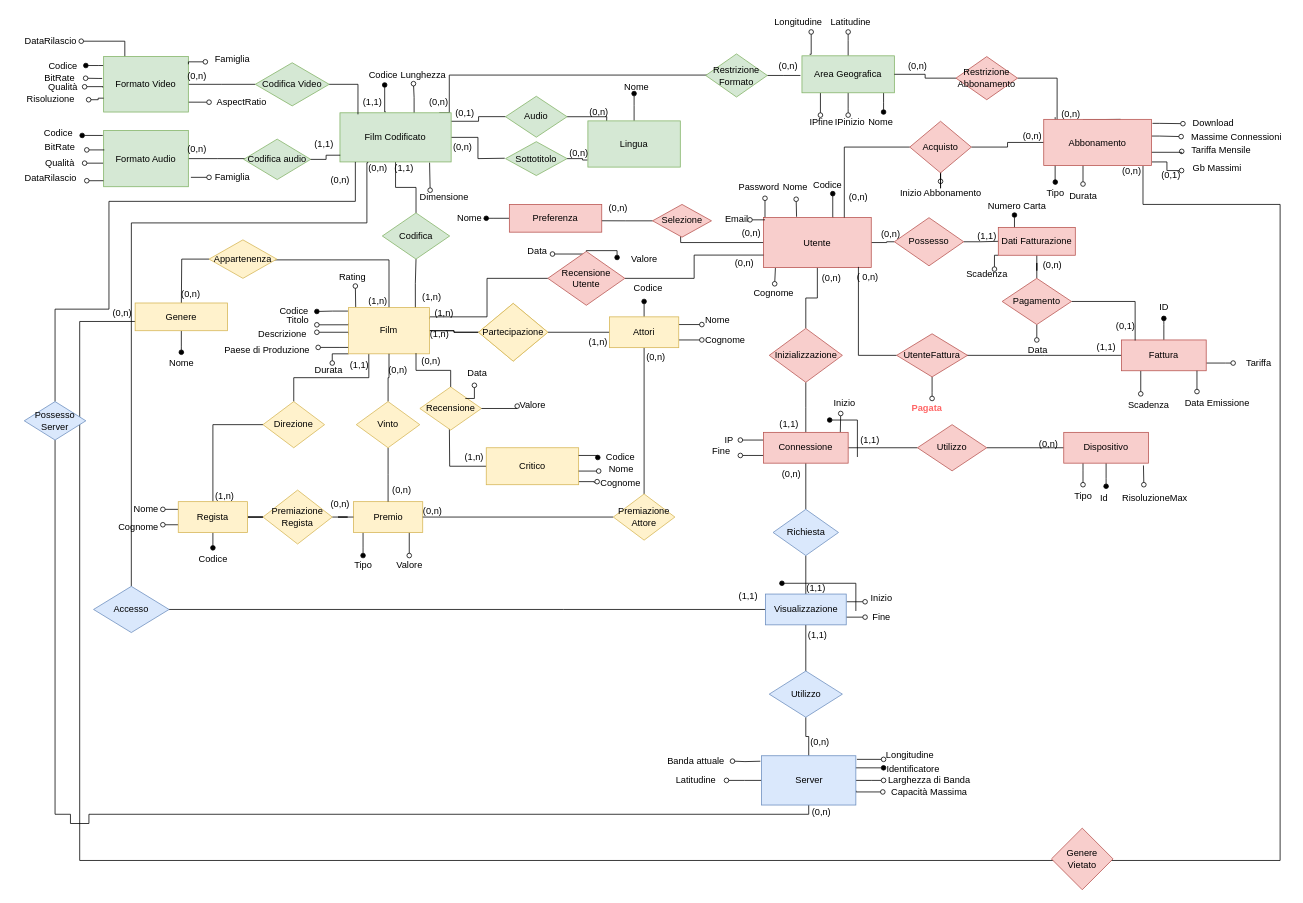
Above: ER ristrutturato final(2).drawio in LGranucci/FilmSphere (draw.io), before the change. Source tidied: cells renumbered, new cells numbered last; positions are measured from the earlier drawing's top-left corner, leaving out a move shared by most shapes. Both pictures are drawn from the tidied source at 77%, with x=0, y=0 at pixel (13, 13).
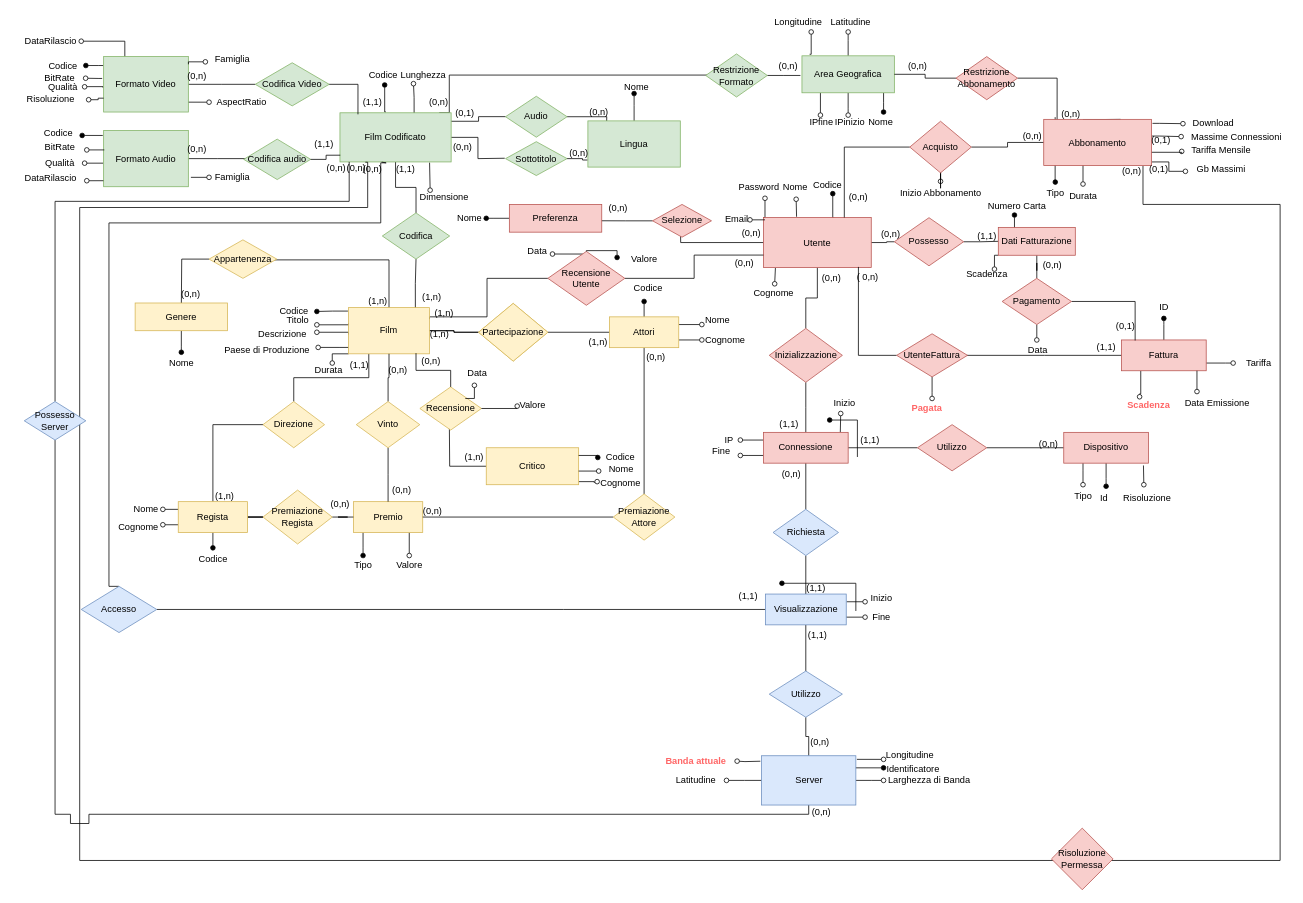
The same page after the edit.

The change refers to these unchanged cells:
```xml
<mxCell id="14" value="&lt;font style=&quot;font-size: 12px;&quot;&gt;Film&lt;/font&gt;" style="rounded=0;whiteSpace=wrap;html=1;fillColor=#fff2cc;strokeColor=#d6b656;" parent="1" vertex="1">
  <mxGeometry x="435.2" y="382" width="105" height="60" as="geometry" />
</mxCell>
<mxCell id="48" value="Film Codificato" style="rounded=0;whiteSpace=wrap;html=1;fillColor=#d5e8d4;strokeColor=#82b366;" parent="1" vertex="1">
  <mxGeometry x="424" y="129" width="144.4" height="63.8" as="geometry" />
</mxCell>
<mxCell id="129" value="Server" style="rounded=0;whiteSpace=wrap;html=1;fillColor=#dae8fc;strokeColor=#6c8ebf;" parent="1" vertex="1">
  <mxGeometry x="971.5" y="964" width="122.5" height="64" as="geometry" />
</mxCell>
<mxCell id="132" value="Possesso Server" style="rhombus;whiteSpace=wrap;html=1;fillColor=#dae8fc;strokeColor=#6c8ebf;" parent="1" vertex="1">
  <mxGeometry x="14" y="504" width="80" height="50" as="geometry" />
</mxCell>
```

Diff of the diagram source:
```diff
@@
-    <mxCell id="11" style="edgeStyle=orthogonalEdgeStyle;rounded=0;jettySize=auto;html=1;exitX=0.088;exitY=-0.011;exitDx=0;exitDy=0;exitPerimeter=0;endArrow=oval;endFill=0;" parent="1" edge="1" source="14">
-      <mxGeometry relative="1" as="geometry">
-        <mxPoint x="444" y="354" as="targetPoint" />
-      </mxGeometry>
-    </mxCell>
@@
-    <mxCell id="79" style="edgeStyle=orthogonalEdgeStyle;rounded=0;orthogonalLoop=1;jettySize=auto;html=1;entryX=0.25;entryY=1;entryDx=0;entryDy=0;exitX=0.928;exitY=1.009;exitDx=0;exitDy=0;exitPerimeter=0;" parent="1" edge="1">
+    <mxCell id="79" style="edgeStyle=orthogonalEdgeStyle;rounded=0;jettySize=auto;html=1;exitX=0.928;exitY=1.009;exitDx=0;exitDy=0;exitPerimeter=0;entryX=0.228;entryY=1.006;entryDx=0;entryDy=0;entryPerimeter=0;endArrow=none;endFill=0;" parent="1" edge="1" target="48">
       <mxGeometry relative="1" as="geometry">
         <mxPoint x="1466.9" y="198" as="sourcePoint" />
-        <mxPoint x="187" y="400" as="targetPoint" />
         <Array as="points">
           <mxPoint x="1467" y="248" />
           <mxPoint x="1645" y="248" />
           <mxPoint x="1645" y="1100" />
           <mxPoint x="86" y="1100" />
-          <mxPoint x="86" y="400" />
+          <mxPoint x="86" y="252" />
+          <mxPoint x="460" y="252" />
+          <mxPoint x="460" y="193" />
         </Array>
       </mxGeometry>
     </mxCell>
@@
-    <mxCell id="119" style="edgeStyle=orthogonalEdgeStyle;rounded=0;jettySize=auto;html=1;entryX=0.25;entryY=1;entryDx=0;entryDy=0;exitX=0.5;exitY=0;exitDx=0;exitDy=0;endArrow=none;endFill=0;" parent="1" edge="1" source="120" target="48">
+    <mxCell id="119" style="edgeStyle=orthogonalEdgeStyle;rounded=0;jettySize=auto;html=1;exitX=0.5;exitY=0;exitDx=0;exitDy=0;endArrow=none;endFill=0;entryX=0.376;entryY=1.004;entryDx=0;entryDy=0;entryPerimeter=0;" parent="1" edge="1" source="120" target="48">
       <mxGeometry relative="1" as="geometry">
         <Array as="points">
-          <mxPoint x="153" y="272" />
-          <mxPoint x="459" y="272" />
-          <mxPoint x="459" y="194" />
-          <mxPoint x="460" y="194" />
+          <mxPoint x="124" y="744" />
+          <mxPoint x="124" y="272" />
+          <mxPoint x="477" y="272" />
+          <mxPoint x="477" y="194" />
+          <mxPoint x="484" y="194" />
+          <mxPoint x="484" y="193" />
         </Array>
       </mxGeometry>
     </mxCell>
     <mxCell id="120" value="Accesso" style="rhombus;whiteSpace=wrap;html=1;fillColor=#dae8fc;strokeColor=#6c8ebf;" parent="1" vertex="1">
-      <mxGeometry x="104" y="744" width="98.1" height="60" as="geometry" />
+      <mxGeometry x="88" y="744" width="98.1" height="60" as="geometry" />
     </mxCell>
@@
-    <mxCell id="127" style="edgeStyle=orthogonalEdgeStyle;rounded=0;jettySize=auto;html=1;exitX=1.002;exitY=0.709;exitDx=0;exitDy=0;exitPerimeter=0;endArrow=oval;endFill=0;" parent="1" edge="1" source="129" target="218">
-      <mxGeometry relative="1" as="geometry">
-        <Array as="points">
-          <mxPoint x="1094" y="1011" />
-        </Array>
-      </mxGeometry>
-    </mxCell>
@@
     <mxCell id="131" style="edgeStyle=orthogonalEdgeStyle;rounded=0;jettySize=auto;html=1;endArrow=none;endFill=0;" parent="1" edge="1" source="132" target="48">
       <mxGeometry relative="1" as="geometry">
         <Array as="points">
-          <mxPoint x="54" y="384" />
-          <mxPoint x="124" y="384" />
-          <mxPoint x="124" y="244" />
-          <mxPoint x="444" y="244" />
+          <mxPoint x="54" y="244" />
+          <mxPoint x="436" y="244" />
         </Array>
       </mxGeometry>
     </mxCell>
@@
     <mxCell id="134" value="(1,1)" style="text;html=1;align=center;verticalAlign=middle;strokeColor=none;fillColor=none;" parent="1" vertex="1">
-      <mxGeometry x="481.5" y="186" width="50" height="30" as="geometry" />
+      <mxGeometry x="484" y="187" width="50" height="30" as="geometry" />
     </mxCell>
@@
     <mxCell id="162" value="(0,n)" style="text;html=1;align=center;verticalAlign=middle;strokeColor=none;fillColor=none;" parent="1" vertex="1">
-      <mxGeometry x="448" y="186" width="50" height="30" as="geometry" />
+      <mxGeometry x="420" y="185.8" width="50" height="30" as="geometry" />
     </mxCell>
     <mxCell id="163" value="(0,n)" style="text;html=1;align=center;verticalAlign=middle;strokeColor=none;fillColor=none;" parent="1" vertex="1">
-      <mxGeometry x="399" y="202" width="50" height="30" as="geometry" />
+      <mxGeometry x="394" y="185.8" width="50" height="30" as="geometry" />
     </mxCell>
@@
-    <mxCell id="169" value="Rating" style="text;html=1;align=center;verticalAlign=middle;strokeColor=none;fillColor=none;" parent="1" vertex="1">
-      <mxGeometry x="410" y="327" width="60" height="30" as="geometry" />
-    </mxCell>
@@
     <mxCell id="194" value="Gb Massimi" style="text;html=1;align=center;verticalAlign=middle;points=[];strokeColor=none;fillColor=none;" parent="1" vertex="1">
-      <mxGeometry x="1518" y="186" width="90" height="30" as="geometry" />
+      <mxGeometry x="1523" y="187" width="90" height="30" as="geometry" />
     </mxCell>
     <mxCell id="195" value="(0,1)" style="text;html=1;align=center;verticalAlign=middle;strokeColor=none;fillColor=none;" parent="1" vertex="1">
-      <mxGeometry x="1478" y="195" width="50" height="30" as="geometry" />
+      <mxGeometry x="1462" y="187" width="50" height="30" as="geometry" />
     </mxCell>
@@
-    <mxCell id="202" value="Scadenza" style="text;html=1;align=center;verticalAlign=middle;points=[];strokeColor=none;fillColor=none;" parent="1" vertex="1">
-      <mxGeometry x="1434" y="494" width="80" height="30" as="geometry" />
+    <mxCell id="202" value="&lt;b&gt;&lt;font color=&quot;#ff6666&quot;&gt;Scadenza&lt;/font&gt;&lt;/b&gt;" style="text;html=1;align=center;verticalAlign=middle;points=[];strokeColor=none;fillColor=none;" parent="1" vertex="1">
+      <mxGeometry x="1432" y="497" width="84" height="24" as="geometry" />
     </mxCell>
@@
-    <mxCell id="217" value="Banda attuale" style="text;html=1;align=center;verticalAlign=middle;points=[];strokeColor=none;fillColor=none;" parent="1" vertex="1">
-      <mxGeometry x="837.8" y="959" width="96" height="24" as="geometry" />
+    <mxCell id="217" value="&lt;b&gt;&lt;font color=&quot;#ff6666&quot;&gt;Banda attuale&lt;/font&gt;&lt;/b&gt;" style="text;html=1;align=center;verticalAlign=middle;points=[];strokeColor=none;fillColor=none;" parent="1" vertex="1">
+      <mxGeometry x="831.8" y="959" width="108" height="24" as="geometry" />
     </mxCell>
-    <mxCell id="218" value="Capacità Massima" style="text;html=1;align=center;verticalAlign=middle;points=[];strokeColor=none;fillColor=none;" parent="1" vertex="1">
-      <mxGeometry x="1129" y="999" width="120" height="24" as="geometry" />
-    </mxCell>
@@
-    <mxCell id="294" value="(0,n)" style="text;html=1;align=center;verticalAlign=middle;strokeColor=none;fillColor=none;" parent="1" vertex="1">
-      <mxGeometry x="117.1" y="378" width="48" height="24" as="geometry" />
-    </mxCell>
-    <mxCell id="295" value="Genere Vietato" style="rhombus;whiteSpace=wrap;html=1;fillColor=#f8cecc;strokeColor=#b85450;" parent="1" vertex="1">
+    <mxCell id="295" value="Risoluzione Permessa" style="rhombus;whiteSpace=wrap;html=1;fillColor=#f8cecc;strokeColor=#b85450;" parent="1" vertex="1">
       <mxGeometry x="1348" y="1058" width="80" height="80" as="geometry" />
     </mxCell>
@@
-    <mxCell id="314" value="RisoluzioneMax" style="text;html=1;align=center;verticalAlign=middle;strokeColor=none;fillColor=none;" parent="1" vertex="1">
-      <mxGeometry x="1428" y="617" width="108" height="24" as="geometry" />
+    <mxCell id="314" value="Risoluzione" style="text;html=1;align=center;verticalAlign=middle;strokeColor=none;fillColor=none;" parent="1" vertex="1">
+      <mxGeometry x="1430" y="617" width="84" height="24" as="geometry" />
     </mxCell>
@@
+    <mxCell id="294" value="(0,n)" style="text;html=1;align=center;verticalAlign=middle;strokeColor=none;fillColor=none;" parent="1" vertex="1">
+      <mxGeometry x="441.5" y="190" width="48" height="24" as="geometry" />
+    </mxCell>
+    <mxCell id="317" value="(0,1)" style="text;html=1;align=center;verticalAlign=middle;strokeColor=none;fillColor=none;" parent="1" vertex="1">
+      <mxGeometry x="1466" y="153" width="48" height="24" as="geometry" />
+    </mxCell>
```
